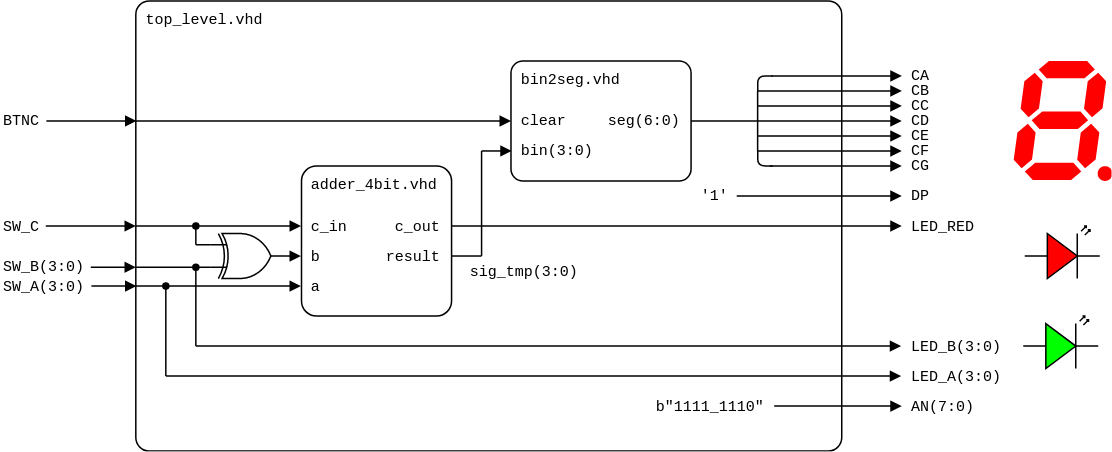
This is lab4-adder/images/top-level_add-sub_structure.png from tomas-fryza/vhdl-course, a draw.io export, as it was before one commit. Source tidied: cells renumbered, new cells last; positions are measured from the earlier drawing's top-left corner, leaving out a move shared by most shapes.
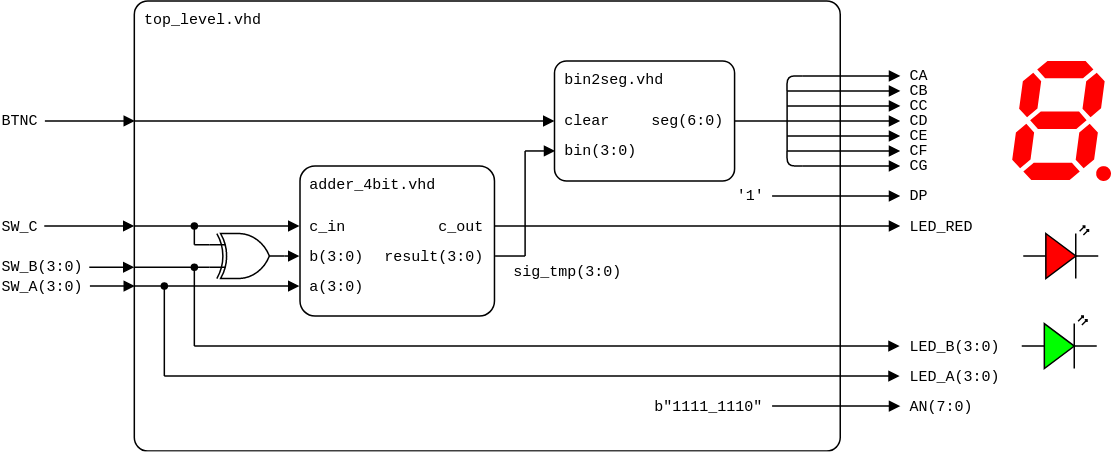
After the commit.

Diff of the diagram source:
```diff
@@ -6,16 +6,16 @@
       <mxGeometry x="90" width="470.4" height="300" as="geometry" />
     </mxCell>
     <mxCell id="3" value="bin2seg.vhd" style="rounded=1;arcSize=10;align=left;verticalAlign=top;fontFamily=Courier New;absoluteArcSize=0;fillColor=none;fixDash=0;fontSize=10;spacingLeft=5;labelBorderColor=none;spacingTop=0;spacing=2;labelBackgroundColor=none;whiteSpace=wrap;html=1;strokeWidth=1;shadow=0;glass=0;" parent="1" vertex="1">
-      <mxGeometry x="340" y="40" width="120" height="80" as="geometry" />
+      <mxGeometry x="370" y="40" width="120" height="80" as="geometry" />
     </mxCell>
     <mxCell id="4" value="&lt;div style=&quot;line-height: 100%;&quot; align=&quot;left&quot;&gt;bin(3:0)&lt;/div&gt;" style="text;html=1;align=left;verticalAlign=middle;whiteSpace=wrap;rounded=0;fontFamily=Courier New;fontSize=10;fillOpacity=100;spacingLeft=5;" parent="1" vertex="1">
-      <mxGeometry x="340" y="90" width="60" height="20" as="geometry" />
+      <mxGeometry x="370" y="90" width="60" height="20" as="geometry" />
     </mxCell>
     <mxCell id="5" value="clear" style="text;html=1;align=left;verticalAlign=middle;whiteSpace=wrap;rounded=0;fontFamily=Courier New;fontSize=10;fillOpacity=100;spacing=2;spacingLeft=5;" parent="1" vertex="1">
-      <mxGeometry x="340" y="70" width="60" height="20" as="geometry" />
+      <mxGeometry x="370" y="70" width="60" height="20" as="geometry" />
     </mxCell>
     <mxCell id="6" value="&lt;div style=&quot;line-height: 100%;&quot;&gt;seg(6:0)&lt;/div&gt;" style="text;html=1;align=right;verticalAlign=middle;whiteSpace=wrap;rounded=0;fontFamily=Courier New;fontSize=10;fillOpacity=100;spacing=2;spacingRight=5;" parent="1" vertex="1">
-      <mxGeometry x="400" y="70" width="60" height="20" as="geometry" />
+      <mxGeometry x="430" y="70" width="60" height="20" as="geometry" />
     </mxCell>
     <mxCell id="7" style="endArrow=block;html=1;rounded=0;exitX=1;exitY=0.5;exitDx=0;exitDy=0;endFill=1;endSize=5;startSize=5;" parent="1" edge="1" source="6">
       <mxGeometry relative="1" as="geometry">
@@ -25,72 +25,73 @@
     <mxCell id="8" style="endArrow=block;html=1;rounded=0;endFill=1;endSize=5;startSize=5;" parent="1" edge="1">
       <mxGeometry relative="1" as="geometry">
         <mxPoint x="90" y="80" as="sourcePoint" />
-        <mxPoint x="340" y="80" as="targetPoint" />
+        <mxPoint x="370" y="80" as="targetPoint" />
       </mxGeometry>
     </mxCell>
     <mxCell id="9" style="endArrow=block;html=1;rounded=0;endFill=1;endSize=5;startSize=5;" parent="1" edge="1">
       <mxGeometry relative="1" as="geometry">
-        <mxPoint x="320.4" y="100" as="sourcePoint" />
-        <mxPoint x="340.4" y="100" as="targetPoint" />
+        <mxPoint x="350.4" y="100" as="sourcePoint" />
+        <mxPoint x="370.4" y="100" as="targetPoint" />
       </mxGeometry>
     </mxCell>
     <mxCell id="10" style="endArrow=block;html=1;rounded=0;endFill=1;endSize=5;startSize=5;" parent="1" edge="1">
       <mxGeometry relative="1" as="geometry">
-        <mxPoint x="504.4" y="90" as="sourcePoint" />
+        <mxPoint x="525" y="90" as="sourcePoint" />
         <mxPoint x="600.4" y="90" as="targetPoint" />
       </mxGeometry>
     </mxCell>
     <mxCell id="11" style="endArrow=block;html=1;rounded=0;endFill=1;orthogonal=1;endSize=5;startSize=5;" parent="1" edge="1">
       <mxGeometry relative="1" as="geometry">
-        <mxPoint x="504.4" y="100" as="sourcePoint" />
+        <mxPoint x="525" y="100" as="sourcePoint" />
         <mxPoint x="600.4" y="100" as="targetPoint" />
       </mxGeometry>
     </mxCell>
     <mxCell id="12" style="endArrow=block;html=1;rounded=0;endFill=1;orthogonal=1;endSize=5;startSize=5;" parent="1" edge="1">
       <mxGeometry relative="1" as="geometry">
-        <mxPoint x="512.4" y="110" as="sourcePoint" />
+        <mxPoint x="535" y="110" as="sourcePoint" />
         <mxPoint x="600.4" y="110" as="targetPoint" />
       </mxGeometry>
     </mxCell>
     <mxCell id="13" style="endArrow=block;html=1;rounded=0;endFill=1;endSize=5;startSize=5;" parent="1" edge="1">
       <mxGeometry relative="1" as="geometry">
-        <mxPoint x="504.4" y="70" as="sourcePoint" />
+        <mxPoint x="525" y="70" as="sourcePoint" />
         <mxPoint x="600.4" y="70" as="targetPoint" />
       </mxGeometry>
     </mxCell>
     <mxCell id="14" style="endArrow=block;html=1;rounded=0;endFill=1;endSize=5;startSize=5;" parent="1" edge="1">
       <mxGeometry relative="1" as="geometry">
-        <mxPoint x="504.4" y="60" as="sourcePoint" />
+        <mxPoint x="525" y="60" as="sourcePoint" />
         <mxPoint x="600.4" y="60" as="targetPoint" />
       </mxGeometry>
     </mxCell>
     <mxCell id="15" style="endArrow=block;html=1;rounded=0;endFill=1;endSize=5;startSize=5;" parent="1" edge="1">
       <mxGeometry relative="1" as="geometry">
-        <mxPoint x="513.4" y="50" as="sourcePoint" />
+        <mxPoint x="535" y="50" as="sourcePoint" />
         <mxPoint x="600.4" y="50" as="targetPoint" />
       </mxGeometry>
     </mxCell>
     <mxCell id="16" style="endArrow=none;html=1;rounded=1;curved=0;anchorPointDirection=1;startFill=1;endFill=1;snapToPoint=0;fixDash=0;orthogonal=1;jumpStyle=none;shadow=0;" parent="1" edge="1">
       <mxGeometry relative="1" as="geometry">
-        <mxPoint x="504.4" y="60" as="sourcePoint" />
-        <mxPoint x="514.4" y="50" as="targetPoint" />
+        <mxPoint x="525" y="60" as="sourcePoint" />
+        <mxPoint x="535" y="50" as="targetPoint" />
         <Array as="points">
-          <mxPoint x="504.4" y="50" />
+          <mxPoint x="525" y="50" />
         </Array>
       </mxGeometry>
     </mxCell>
     <mxCell id="17" style="endArrow=none;html=1;rounded=0;" parent="1" edge="1">
       <mxGeometry relative="1" as="geometry">
-        <mxPoint x="504.4" y="100" as="sourcePoint" />
-        <mxPoint x="504.4" y="60" as="targetPoint" />
+        <mxPoint x="525" y="100" as="sourcePoint" />
+        <mxPoint x="525" y="60" as="targetPoint" />
       </mxGeometry>
     </mxCell>
     <mxCell id="18" style="endArrow=none;html=1;rounded=1;curved=0;" parent="1" edge="1">
       <mxGeometry relative="1" as="geometry">
-        <mxPoint x="504.4" y="100" as="sourcePoint" />
-        <mxPoint x="514.4" y="110" as="targetPoint" />
+        <mxPoint x="525" y="100" as="sourcePoint" />
+        <mxPoint x="535" y="110" as="targetPoint" />
         <Array as="points">
-          <mxPoint x="504.4" y="110" />
+          <mxPoint x="525" y="110" />
+          <mxPoint x="524.4" y="110" />
         </Array>
       </mxGeometry>
     </mxCell>
@@ -124,8 +125,8 @@
     <mxCell id="27" value="CG" style="text;html=1;align=left;verticalAlign=middle;whiteSpace=wrap;rounded=0;fontFamily=Courier New;fontSize=10;fillOpacity=100;spacing=2;spacingLeft=5;" parent="1" vertex="1">
       <mxGeometry x="600.4" y="100" width="30" height="20" as="geometry" />
     </mxCell>
-    <mxCell id="28" value="sig_tmp(3:0)" style="text;html=1;align=center;verticalAlign=middle;whiteSpace=wrap;rounded=0;fontFamily=Courier New;fontSize=10;fillOpacity=100;spacing=2;spacingLeft=0;" parent="1" vertex="1">
-      <mxGeometry x="324.4" y="170" width="50" height="20" as="geometry" />
+    <mxCell id="28" value="sig_tmp(3:0)" style="text;html=1;align=center;verticalAlign=middle;whiteSpace=wrap;rounded=0;fontFamily=Courier New;fontSize=10;fillOpacity=100;spacing=2;spacingLeft=0;direction=east;" parent="1" vertex="1">
+      <mxGeometry x="354.4" y="170" width="50" height="20" as="geometry" />
     </mxCell>
     <mxCell id="29" style="endArrow=block;html=1;rounded=0;endFill=1;orthogonal=1;endSize=5;startSize=5;" parent="1" edge="1">
       <mxGeometry relative="1" as="geometry">
@@ -144,7 +145,7 @@
     </mxCell>
     <mxCell id="32" style="endArrow=block;html=1;rounded=0;endFill=1;orthogonal=1;endSize=5;startSize=5;" parent="1" edge="1">
       <mxGeometry relative="1" as="geometry">
-        <mxPoint x="515.4" y="270" as="sourcePoint" />
+        <mxPoint x="515" y="270" as="sourcePoint" />
         <mxPoint x="600.4" y="270" as="targetPoint" />
       </mxGeometry>
     </mxCell>
@@ -156,7 +157,7 @@
     </mxCell>
     <mxCell id="35" style="endArrow=block;html=1;rounded=0;endFill=1;orthogonal=1;endSize=5;startSize=5;" parent="1" edge="1">
       <mxGeometry relative="1" as="geometry">
-        <mxPoint x="490.4" y="130" as="sourcePoint" />
+        <mxPoint x="515" y="130" as="sourcePoint" />
         <mxPoint x="600.4" y="130" as="targetPoint" />
       </mxGeometry>
     </mxCell>
@@ -164,7 +165,7 @@
       <mxGeometry x="600.4" y="120" width="30" height="20" as="geometry" />
     </mxCell>
     <mxCell id="37" value="'1'" style="text;html=1;align=left;verticalAlign=middle;whiteSpace=wrap;rounded=0;fontFamily=Courier New;fontSize=10;fillOpacity=100;spacing=2;spacingLeft=0;" parent="1" vertex="1">
-      <mxGeometry x="465.4" y="120" width="25" height="20" as="geometry" />
+      <mxGeometry x="490" y="120" width="25" height="20" as="geometry" />
     </mxCell>
     <mxCell id="38" style="verticalLabelPosition=bottom;shadow=0;dashed=0;align=center;html=1;verticalAlign=top;shape=mxgraph.electrical.opto_electronics.7_segment_display_with_dp;fillColor=#FF0000;strokeColor=none;" parent="1" vertex="1">
       <mxGeometry x="675" y="40" width="65.8" height="80" as="geometry" />
@@ -203,10 +204,10 @@
       <mxGeometry x="600.4" y="240" width="70" height="20" as="geometry" />
     </mxCell>
     <mxCell id="46" value="adder_4bit.vhd" style="rounded=1;arcSize=10;align=left;verticalAlign=top;fontFamily=Courier New;absoluteArcSize=0;fillColor=none;fixDash=0;fontSize=10;spacingLeft=5;labelBorderColor=none;spacingTop=0;spacing=2;labelBackgroundColor=none;whiteSpace=wrap;html=1;strokeWidth=1;shadow=0;glass=0;" parent="1" vertex="1">
-      <mxGeometry x="200.4" y="110" width="100" height="100" as="geometry" />
+      <mxGeometry x="200.4" y="110" width="129.6" height="100" as="geometry" />
     </mxCell>
-    <mxCell id="47" value="b" style="text;html=1;align=left;verticalAlign=middle;whiteSpace=wrap;rounded=0;fontFamily=Courier New;fontSize=10;fillOpacity=100;spacingLeft=5;" parent="1" vertex="1">
-      <mxGeometry x="199.8" y="160" width="30.6" height="20" as="geometry" />
+    <mxCell id="47" value="b(3:0)" style="text;html=1;align=left;verticalAlign=middle;whiteSpace=wrap;rounded=0;fontFamily=Courier New;fontSize=10;fillOpacity=100;spacingLeft=5;" parent="1" vertex="1">
+      <mxGeometry x="199.8" y="160" width="50.2" height="20" as="geometry" />
     </mxCell>
     <mxCell id="48" value="c_in" style="text;html=1;align=left;verticalAlign=middle;whiteSpace=wrap;rounded=0;fontFamily=Courier New;fontSize=10;fillOpacity=100;spacing=2;spacingLeft=5;" parent="1" vertex="1">
       <mxGeometry x="199.8" y="140" width="30.6" height="20" as="geometry" />
@@ -224,12 +225,12 @@
       </mxGeometry>
     </mxCell>
     <mxCell id="51" value="c_out" style="text;html=1;align=right;verticalAlign=middle;whiteSpace=wrap;rounded=0;fontFamily=Courier New;fontSize=10;fillOpacity=100;spacing=2;spacingRight=5;" parent="1" vertex="1">
-      <mxGeometry x="250.4" y="140" width="50" height="20" as="geometry" />
+      <mxGeometry x="280.4" y="140" width="50" height="20" as="geometry" />
     </mxCell>
-    <mxCell id="52" value="result" style="text;html=1;align=right;verticalAlign=middle;whiteSpace=wrap;rounded=0;fontFamily=Courier New;fontSize=10;fillOpacity=100;spacing=2;spacingRight=5;" parent="1" vertex="1">
-      <mxGeometry x="250.4" y="160" width="50" height="20" as="geometry" />
+    <mxCell id="52" value="result(3:0)" style="text;html=1;align=right;verticalAlign=middle;whiteSpace=wrap;rounded=0;fontFamily=Courier New;fontSize=10;fillOpacity=100;spacing=2;spacingRight=5;" parent="1" vertex="1">
+      <mxGeometry x="250" y="160" width="80.4" height="20" as="geometry" />
     </mxCell>
-    <mxCell id="53" value="a" style="text;html=1;align=left;verticalAlign=middle;whiteSpace=wrap;rounded=0;fontFamily=Courier New;fontSize=10;fillOpacity=100;spacingLeft=5;" parent="1" vertex="1">
+    <mxCell id="53" value="a(3:0)" style="text;html=1;align=left;verticalAlign=middle;whiteSpace=wrap;rounded=0;fontFamily=Courier New;fontSize=10;fillOpacity=100;spacingLeft=5;" parent="1" vertex="1">
       <mxGeometry x="199.8" y="180" width="30.6" height="20" as="geometry" />
     </mxCell>
     <mxCell id="54" style="endArrow=block;html=1;rounded=0;endFill=1;endSize=5;startSize=5;" parent="1" edge="1">
@@ -240,19 +241,19 @@
     </mxCell>
     <mxCell id="55" style="endArrow=none;html=1;rounded=0;startArrow=none;startFill=0;endSize=4;startSize=4;" parent="1" edge="1">
       <mxGeometry relative="1" as="geometry">
-        <mxPoint x="320.4" y="100" as="sourcePoint" />
-        <mxPoint x="320.4" y="170" as="targetPoint" />
+        <mxPoint x="350.4" y="100" as="sourcePoint" />
+        <mxPoint x="350.4" y="170" as="targetPoint" />
       </mxGeometry>
     </mxCell>
     <mxCell id="56" style="endArrow=none;html=1;rounded=0;endFill=0;endSize=5;startSize=5;" parent="1" edge="1">
       <mxGeometry relative="1" as="geometry">
-        <mxPoint x="300.4" y="170" as="sourcePoint" />
-        <mxPoint x="320.4" y="170" as="targetPoint" />
+        <mxPoint x="330.4" y="170" as="sourcePoint" />
+        <mxPoint x="350.4" y="170" as="targetPoint" />
       </mxGeometry>
     </mxCell>
     <mxCell id="57" style="endArrow=block;html=1;rounded=0;endFill=1;orthogonal=1;endSize=5;startSize=5;" parent="1" edge="1">
       <mxGeometry relative="1" as="geometry">
-        <mxPoint x="300.4" y="150" as="sourcePoint" />
+        <mxPoint x="330" y="150" as="sourcePoint" />
         <mxPoint x="600.4" y="150" as="targetPoint" />
       </mxGeometry>
     </mxCell>
```
